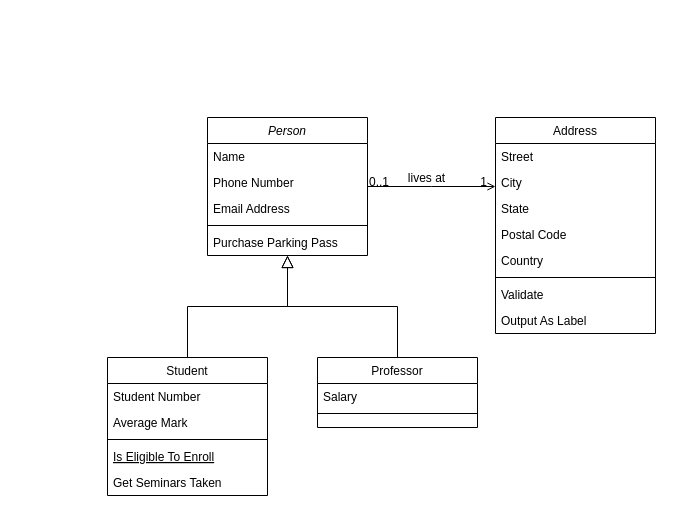
Before: 未命名绘图.drawio in watermei1211/drawio, a draw.io diagram. Source tidied: cells renumbered, new cells numbered last; positions are measured from the earlier drawing's top-left corner, leaving out a move shared by most shapes. Both pictures are drawn from the tidied source at 100%, with x=0, y=0 at pixel (107, 117).
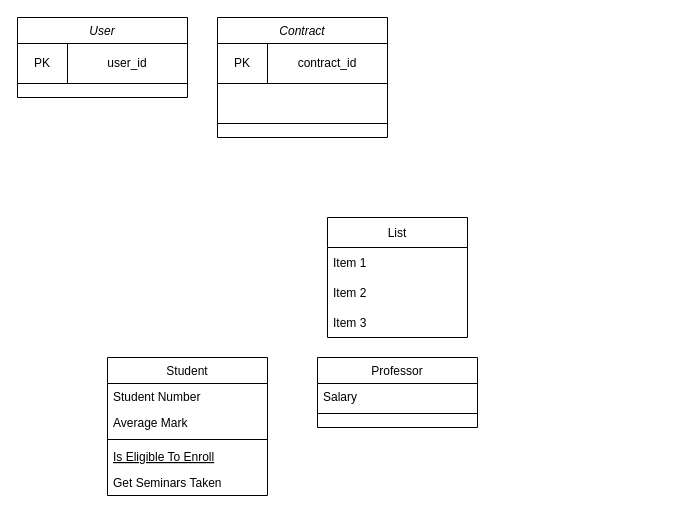
After the change.

Unchanged cells that the change refers to:
```xml
<mxCell id="8" value="Student" style="swimlane;fontStyle=0;align=center;verticalAlign=top;horizontal=1;startSize=26;rounded=0;shadow=0;strokeWidth=1;" parent="1" vertex="1">
  <mxGeometry y="240" width="160" height="138" as="geometry" />
</mxCell>
<mxCell id="15" value="Professor" style="swimlane;fontStyle=0;align=center;verticalAlign=top;horizontal=1;startSize=26;rounded=0;shadow=0;strokeWidth=1;" parent="1" vertex="1">
  <mxGeometry x="210" y="240" width="160" height="70" as="geometry" />
</mxCell>
```

Change to the diagram source:
```diff
@@
-    <mxCell id="2" value="Person" style="swimlane;fontStyle=2;align=center;verticalAlign=top;horizontal=1;startSize=26;rounded=0;shadow=0;strokeWidth=1;" parent="1" vertex="1">
-      <mxGeometry x="100" width="160" height="138" as="geometry" />
+    <mxCell id="2" value="User&#10;" style="swimlane;fontStyle=2;align=center;verticalAlign=top;horizontal=1;startSize=26;rounded=0;shadow=0;strokeWidth=1;" parent="1" vertex="1">
+      <mxGeometry x="-90" y="-100" width="170" height="80" as="geometry" />
     </mxCell>
-    <mxCell id="3" value="Name" style="text;align=left;verticalAlign=top;spacingLeft=4;spacingRight=4;overflow=hidden;" parent="2" vertex="1">
-      <mxGeometry y="26" width="160" height="26" as="geometry" />
-    </mxCell>
-    <mxCell id="4" value="Phone Number" style="text;align=left;verticalAlign=top;spacingLeft=4;spacingRight=4;overflow=hidden;rounded=0;shadow=0;html=0;" parent="2" vertex="1">
-      <mxGeometry y="52" width="160" height="26" as="geometry" />
-    </mxCell>
-    <mxCell id="5" value="Email Address" style="text;align=left;verticalAlign=top;spacingLeft=4;spacingRight=4;overflow=hidden;rounded=0;shadow=0;html=0;" parent="2" vertex="1">
-      <mxGeometry y="78" width="160" height="26" as="geometry" />
-    </mxCell>
-    <mxCell id="6" style="line;html=1;strokeWidth=1;align=left;verticalAlign=middle;spacingTop=-1;spacingLeft=3;spacingRight=3;labelPosition=right;" parent="2" vertex="1">
-      <mxGeometry y="104" width="160" height="8" as="geometry" />
-    </mxCell>
-    <mxCell id="7" value="Purchase Parking Pass" style="text;align=left;verticalAlign=top;spacingLeft=4;spacingRight=4;overflow=hidden;" parent="2" vertex="1">
-      <mxGeometry y="112" width="160" height="26" as="geometry" />
-    </mxCell>
+    <mxCell id="32" style="shape=table;startSize=0;childLayout=tableLayout;" parent="2" vertex="1">
+      <mxGeometry y="26" width="170" height="40" as="geometry" />
+    </mxCell>
+    <mxCell id="33" style="shape=tableRow;horizontal=0;startSize=0;swimlaneHead=0;swimlaneBody=0;top=0;left=0;bottom=0;right=0;fillColor=none;" parent="32" vertex="1">
+      <mxGeometry width="170" height="40" as="geometry" />
+    </mxCell>
+    <mxCell id="34" value="PK" style="shape=partialRectangle;html=1;whiteSpace=wrap;overflow=hidden;fillColor=none;top=0;left=0;bottom=0;right=0;" parent="33" vertex="1">
+      <mxGeometry width="50" height="40" as="geometry" />
+    </mxCell>
+    <mxCell id="35" value="user_id" style="shape=partialRectangle;html=1;whiteSpace=wrap;overflow=hidden;fillColor=none;top=0;left=0;bottom=0;right=0;" parent="33" vertex="1">
+      <mxGeometry x="50" width="120" height="40" as="geometry" />
+    </mxCell>
@@
-    <mxCell id="14" style="endArrow=block;endSize=10;endFill=0;shadow=0;strokeWidth=1;rounded=0;edgeStyle=elbowEdgeStyle;elbow=vertical;" parent="1" edge="1" source="8" target="2">
-      <mxGeometry relative="1" as="geometry" />
-    </mxCell>
@@
-    <mxCell id="18" style="endArrow=block;endSize=10;endFill=0;shadow=0;strokeWidth=1;rounded=0;edgeStyle=elbowEdgeStyle;elbow=vertical;" parent="1" edge="1" source="15" target="2">
-      <mxGeometry relative="1" as="geometry" />
-    </mxCell>
-    <mxCell id="19" value="Address" style="swimlane;fontStyle=0;align=center;verticalAlign=top;horizontal=1;startSize=26;rounded=0;shadow=0;strokeWidth=1;" parent="1" vertex="1">
-      <mxGeometry x="388" width="160" height="216" as="geometry" />
-    </mxCell>
-    <mxCell id="20" value="Street" style="text;align=left;verticalAlign=top;spacingLeft=4;spacingRight=4;overflow=hidden;" parent="19" vertex="1">
-      <mxGeometry y="26" width="160" height="26" as="geometry" />
-    </mxCell>
-    <mxCell id="21" value="City" style="text;align=left;verticalAlign=top;spacingLeft=4;spacingRight=4;overflow=hidden;rounded=0;shadow=0;html=0;" parent="19" vertex="1">
-      <mxGeometry y="52" width="160" height="26" as="geometry" />
-    </mxCell>
-    <mxCell id="22" value="State" style="text;align=left;verticalAlign=top;spacingLeft=4;spacingRight=4;overflow=hidden;rounded=0;shadow=0;html=0;" parent="19" vertex="1">
-      <mxGeometry y="78" width="160" height="26" as="geometry" />
-    </mxCell>
-    <mxCell id="23" value="Postal Code" style="text;align=left;verticalAlign=top;spacingLeft=4;spacingRight=4;overflow=hidden;rounded=0;shadow=0;html=0;" parent="19" vertex="1">
-      <mxGeometry y="104" width="160" height="26" as="geometry" />
-    </mxCell>
-    <mxCell id="24" value="Country" style="text;align=left;verticalAlign=top;spacingLeft=4;spacingRight=4;overflow=hidden;rounded=0;shadow=0;html=0;" parent="19" vertex="1">
-      <mxGeometry y="130" width="160" height="26" as="geometry" />
-    </mxCell>
-    <mxCell id="25" style="line;html=1;strokeWidth=1;align=left;verticalAlign=middle;spacingTop=-1;spacingLeft=3;spacingRight=3;labelPosition=right;" parent="19" vertex="1">
-      <mxGeometry y="156" width="160" height="8" as="geometry" />
-    </mxCell>
-    <mxCell id="26" value="Validate" style="text;align=left;verticalAlign=top;spacingLeft=4;spacingRight=4;overflow=hidden;" parent="19" vertex="1">
-      <mxGeometry y="164" width="160" height="26" as="geometry" />
-    </mxCell>
-    <mxCell id="27" value="Output As Label" style="text;align=left;verticalAlign=top;spacingLeft=4;spacingRight=4;overflow=hidden;" parent="19" vertex="1">
-      <mxGeometry y="190" width="160" height="26" as="geometry" />
-    </mxCell>
-    <mxCell id="28" style="endArrow=open;shadow=0;strokeWidth=1;rounded=0;endFill=1;edgeStyle=elbowEdgeStyle;elbow=vertical;" parent="1" edge="1" source="2" target="19">
-      <mxGeometry x="0.5" y="41" relative="1" as="geometry">
-        <mxPoint x="-40" y="32" as="offset" />
-      </mxGeometry>
-    </mxCell>
-    <mxCell id="29" value="0..1" style="align=left;verticalAlign=bottom;labelBackgroundColor=none;fontSize=12;" parent="28" vertex="1">
-      <mxGeometry x="-1" relative="1" as="geometry">
-        <mxPoint y="4" as="offset" />
-      </mxGeometry>
-    </mxCell>
-    <mxCell id="30" value="1" style="align=right;verticalAlign=bottom;labelBackgroundColor=none;fontSize=12;" parent="28" vertex="1">
-      <mxGeometry x="1" relative="1" as="geometry">
-        <mxPoint x="-7" y="4" as="offset" />
-      </mxGeometry>
-    </mxCell>
-    <mxCell id="31" value="lives at" style="text;html=1;align=center;verticalAlign=middle;labelBackgroundColor=none;rounded=0;shadow=0;strokeWidth=1;fontSize=12;" parent="28" vertex="1">
-      <mxGeometry x="0.5" y="49" relative="1" as="geometry">
-        <mxPoint x="-38" y="40" as="offset" />
-      </mxGeometry>
-    </mxCell>
+    <mxCell id="36" value="List" style="swimlane;fontStyle=0;horizontal=1;startSize=30;shadow=0;" parent="1" vertex="1">
+      <mxGeometry x="220" y="100" width="140" height="120" as="geometry" />
+    </mxCell>
+    <mxCell id="37" value="Item 1" style="text;strokeColor=none;fillColor=none;align=left;verticalAlign=middle;spacingLeft=4;spacingRight=4;overflow=hidden;shadow=0;flipH=0;flipV=0;glass=0;rounded=0;" parent="36" vertex="1">
+      <mxGeometry y="30" width="140" height="30" as="geometry" />
+    </mxCell>
+    <mxCell id="38" value="Item 2" style="text;strokeColor=none;fillColor=none;align=left;verticalAlign=middle;spacingLeft=4;spacingRight=4;overflow=hidden;shadow=0;" parent="36" vertex="1">
+      <mxGeometry y="60" width="140" height="30" as="geometry" />
+    </mxCell>
+    <mxCell id="39" value="Item 3" style="text;strokeColor=none;fillColor=none;align=left;verticalAlign=middle;spacingLeft=4;spacingRight=4;overflow=hidden;shadow=0;" parent="36" vertex="1">
+      <mxGeometry y="90" width="140" height="30" as="geometry" />
+    </mxCell>
+    <mxCell id="40" value="Contract" style="swimlane;fontStyle=2;align=center;verticalAlign=top;horizontal=1;startSize=26;rounded=0;shadow=0;strokeWidth=1;" parent="1" vertex="1">
+      <mxGeometry x="110" y="-100" width="170" height="120" as="geometry" />
+    </mxCell>
+    <mxCell id="41" style="shape=table;startSize=0;childLayout=tableLayout;" parent="40" vertex="1">
+      <mxGeometry y="26" width="170" height="40" as="geometry" />
+    </mxCell>
+    <mxCell id="42" style="shape=tableRow;horizontal=0;startSize=0;swimlaneHead=0;swimlaneBody=0;top=0;left=0;bottom=0;right=0;fillColor=none;" parent="41" vertex="1">
+      <mxGeometry width="170" height="40" as="geometry" />
+    </mxCell>
+    <mxCell id="43" value="PK" style="shape=partialRectangle;html=1;whiteSpace=wrap;overflow=hidden;fillColor=none;top=0;left=0;bottom=0;right=0;" parent="42" vertex="1">
+      <mxGeometry width="50" height="40" as="geometry" />
+    </mxCell>
+    <mxCell id="44" value="contract_id" style="shape=partialRectangle;html=1;whiteSpace=wrap;overflow=hidden;fillColor=none;top=0;left=0;bottom=0;right=0;" parent="42" vertex="1">
+      <mxGeometry x="50" width="120" height="40" as="geometry" />
+    </mxCell>
+    <mxCell id="45" style="shape=table;startSize=0;childLayout=tableLayout;" parent="40" vertex="1">
+      <mxGeometry y="66" width="170" height="40" as="geometry" />
+    </mxCell>
```
